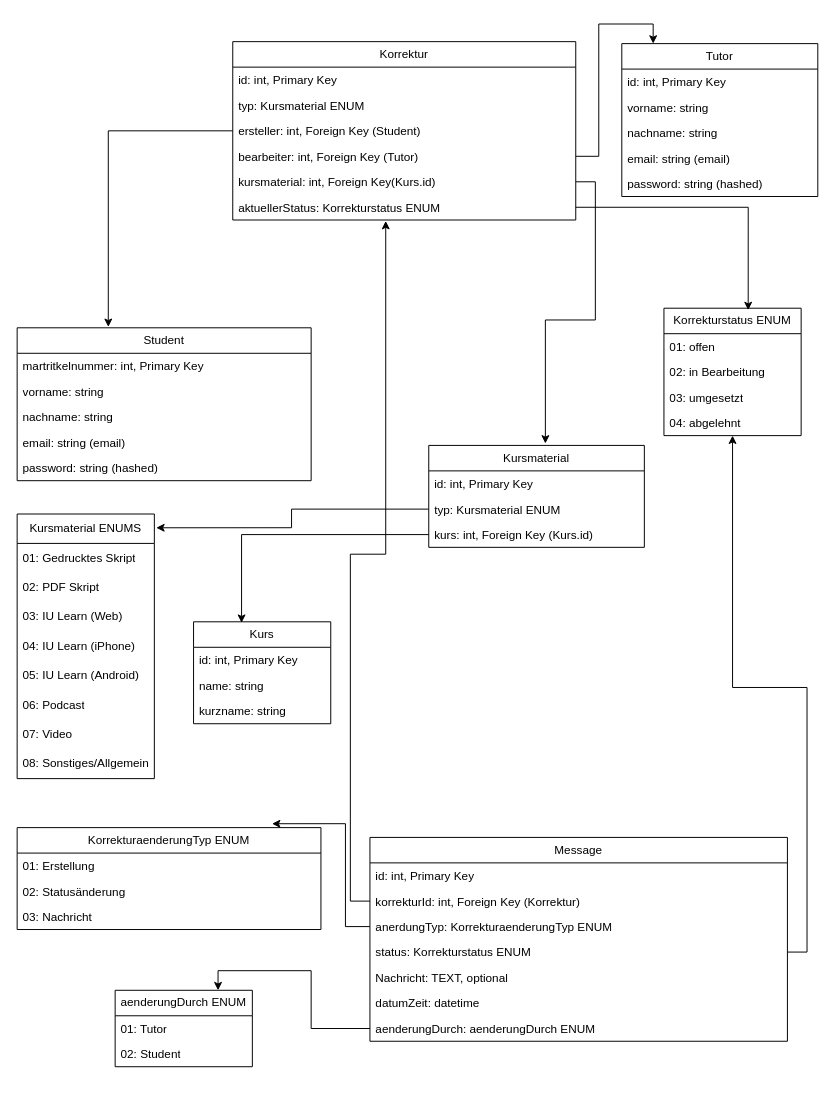
This is Modell.drawio from markus-zschoch-iubh/projekt-software-engineering, a draw.io file, before an edit. Source tidied: cells renumbered, new cells numbered last; positions are measured from the earlier drawing's top-left corner, leaving out a move shared by most shapes. Both pictures are drawn from the tidied source at 98%, with x=0, y=0 at pixel (17, 41).
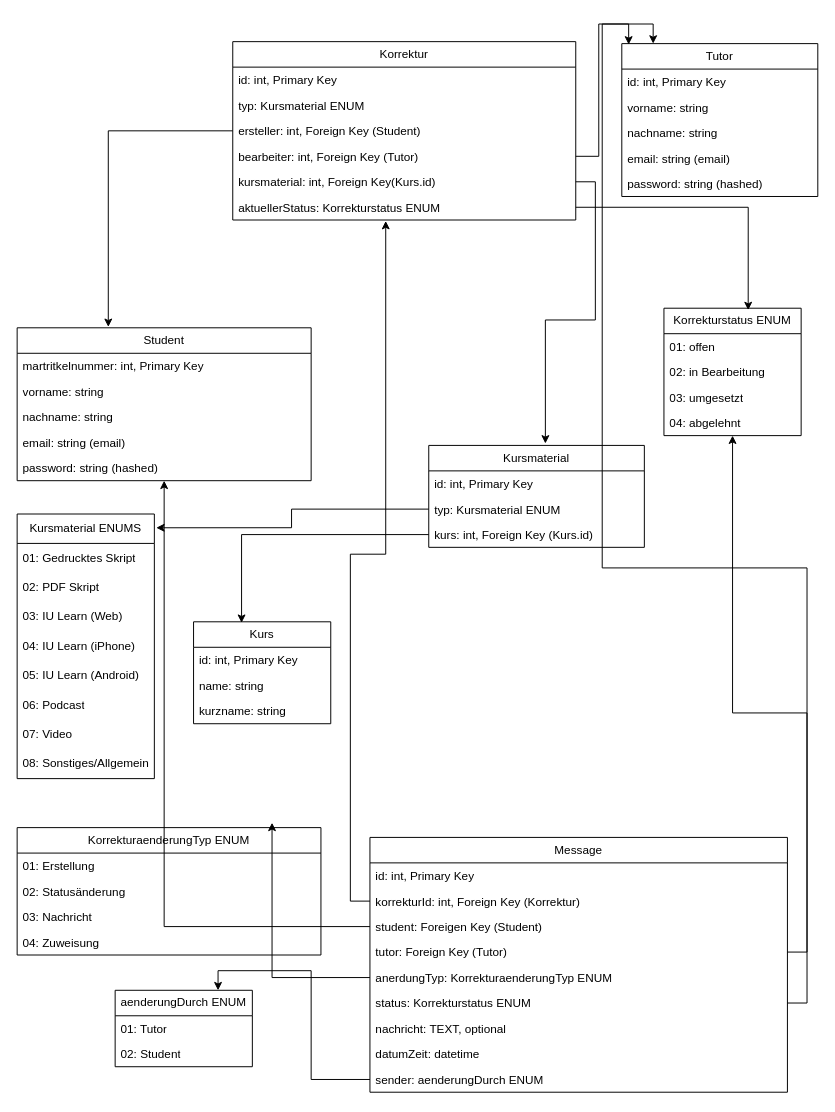
The same page after the edit.

Unchanged cells that the change refers to:
```xml
<mxCell id="2" value="Student" style="swimlane;fontStyle=0;horizontal=1;startSize=26;fillColor=none;whiteSpace=wrap;html=1;" parent="1" vertex="1">
  <mxGeometry y="292" width="300" height="156" as="geometry" />
</mxCell>
<mxCell id="24" value="Tutor" style="swimlane;fontStyle=0;horizontal=1;startSize=26;fillColor=none;whiteSpace=wrap;html=1;" parent="1" vertex="1">
  <mxGeometry x="617" y="2" width="200" height="156" as="geometry" />
</mxCell>
```

Diff of the diagram source:
```diff
@@
     <mxCell id="44" value="KorrekturaenderungTyp ENUM" style="swimlane;fontStyle=0;horizontal=1;startSize=26;fillColor=none;whiteSpace=wrap;html=1;" parent="1" vertex="1">
-      <mxGeometry y="802" width="310" height="104" as="geometry" />
+      <mxGeometry y="802" width="310" height="130" as="geometry" />
     </mxCell>
@@
+    <mxCell id="68" value="04: Zuweisung" style="text;strokeColor=none;fillColor=none;align=left;verticalAlign=top;spacingLeft=4;spacingRight=4;overflow=hidden;whiteSpace=wrap;html=1;" parent="44" vertex="1">
+      <mxGeometry y="104" width="310" height="26" as="geometry" />
+    </mxCell>
@@
     <mxCell id="49" value="Message" style="swimlane;fontStyle=0;horizontal=1;startSize=26;fillColor=none;whiteSpace=wrap;html=1;" parent="1" vertex="1">
-      <mxGeometry x="360" y="812" width="426" height="208" as="geometry" />
+      <mxGeometry x="360" y="812" width="426" height="260" as="geometry" />
     </mxCell>
@@
+    <mxCell id="69" value="student: Foreigen Key (Student)" style="text;strokeColor=none;fillColor=none;align=left;verticalAlign=top;spacingLeft=4;spacingRight=4;overflow=hidden;points=[[0,0.5],[1,0.5]];portConstraint=eastwest;whiteSpace=wrap;html=1;" parent="49" vertex="1">
+      <mxGeometry y="78" width="426" height="26" as="geometry" />
+    </mxCell>
+    <mxCell id="70" value="tutor: Foreign Key (Tutor)" style="text;strokeColor=none;fillColor=none;align=left;verticalAlign=top;spacingLeft=4;spacingRight=4;overflow=hidden;points=[[0,0.5],[1,0.5]];portConstraint=eastwest;whiteSpace=wrap;html=1;" parent="49" vertex="1">
+      <mxGeometry y="104" width="426" height="26" as="geometry" />
+    </mxCell>
     <mxCell id="52" value="anerdungTyp: KorrekturaenderungTyp ENUM" style="text;strokeColor=none;fillColor=none;align=left;verticalAlign=top;spacingLeft=4;spacingRight=4;overflow=hidden;points=[[0,0.5],[1,0.5]];portConstraint=eastwest;whiteSpace=wrap;html=1;" parent="49" vertex="1">
-      <mxGeometry y="78" width="426" height="26" as="geometry" />
+      <mxGeometry y="130" width="426" height="26" as="geometry" />
     </mxCell>
     <mxCell id="53" value="status: Korrekturstatus ENUM" style="text;strokeColor=none;fillColor=none;align=left;verticalAlign=top;spacingLeft=4;spacingRight=4;overflow=hidden;points=[[0,0.5],[1,0.5]];portConstraint=eastwest;whiteSpace=wrap;html=1;" parent="49" vertex="1">
-      <mxGeometry y="104" width="426" height="26" as="geometry" />
+      <mxGeometry y="156" width="426" height="26" as="geometry" />
     </mxCell>
-    <mxCell id="54" value="Nachricht: TEXT, optional" style="text;strokeColor=none;fillColor=none;align=left;verticalAlign=top;spacingLeft=4;spacingRight=4;overflow=hidden;whiteSpace=wrap;html=1;" parent="49" vertex="1">
-      <mxGeometry y="130" width="426" height="26" as="geometry" />
+    <mxCell id="54" value="nachricht: TEXT, optional" style="text;strokeColor=none;fillColor=none;align=left;verticalAlign=top;spacingLeft=4;spacingRight=4;overflow=hidden;whiteSpace=wrap;html=1;" parent="49" vertex="1">
+      <mxGeometry y="182" width="426" height="26" as="geometry" />
     </mxCell>
     <mxCell id="55" value="datumZeit: datetime" style="text;strokeColor=none;fillColor=none;align=left;verticalAlign=top;spacingLeft=4;spacingRight=4;overflow=hidden;whiteSpace=wrap;html=1;" parent="49" vertex="1">
-      <mxGeometry y="156" width="426" height="26" as="geometry" />
+      <mxGeometry y="208" width="426" height="26" as="geometry" />
     </mxCell>
-    <mxCell id="56" value="aenderungDurch: aenderungDurch ENUM" style="text;strokeColor=none;fillColor=none;align=left;verticalAlign=top;spacingLeft=4;spacingRight=4;overflow=hidden;points=[[0,0.5],[1,0.5]];portConstraint=eastwest;whiteSpace=wrap;html=1;" parent="49" vertex="1">
-      <mxGeometry y="182" width="426" height="26" as="geometry" />
+    <mxCell id="56" value="sender: aenderungDurch ENUM" style="text;strokeColor=none;fillColor=none;align=left;verticalAlign=top;spacingLeft=4;spacingRight=4;overflow=hidden;points=[[0,0.5],[1,0.5]];portConstraint=eastwest;whiteSpace=wrap;html=1;" parent="49" vertex="1">
+      <mxGeometry y="234" width="426" height="26" as="geometry" />
     </mxCell>
@@
+    <mxCell id="71" style="edgeStyle=orthogonalEdgeStyle;rounded=0;jettySize=auto;html=1;entryX=0.035;entryY=0.006;entryDx=0;entryDy=0;entryPerimeter=0;" parent="1" edge="1" source="70" target="24">
+      <mxGeometry relative="1" as="geometry" />
+    </mxCell>
+    <mxCell id="72" style="edgeStyle=orthogonalEdgeStyle;rounded=0;jettySize=auto;html=1;" parent="1" edge="1" source="69" target="2">
+      <mxGeometry relative="1" as="geometry" />
+    </mxCell>
```
